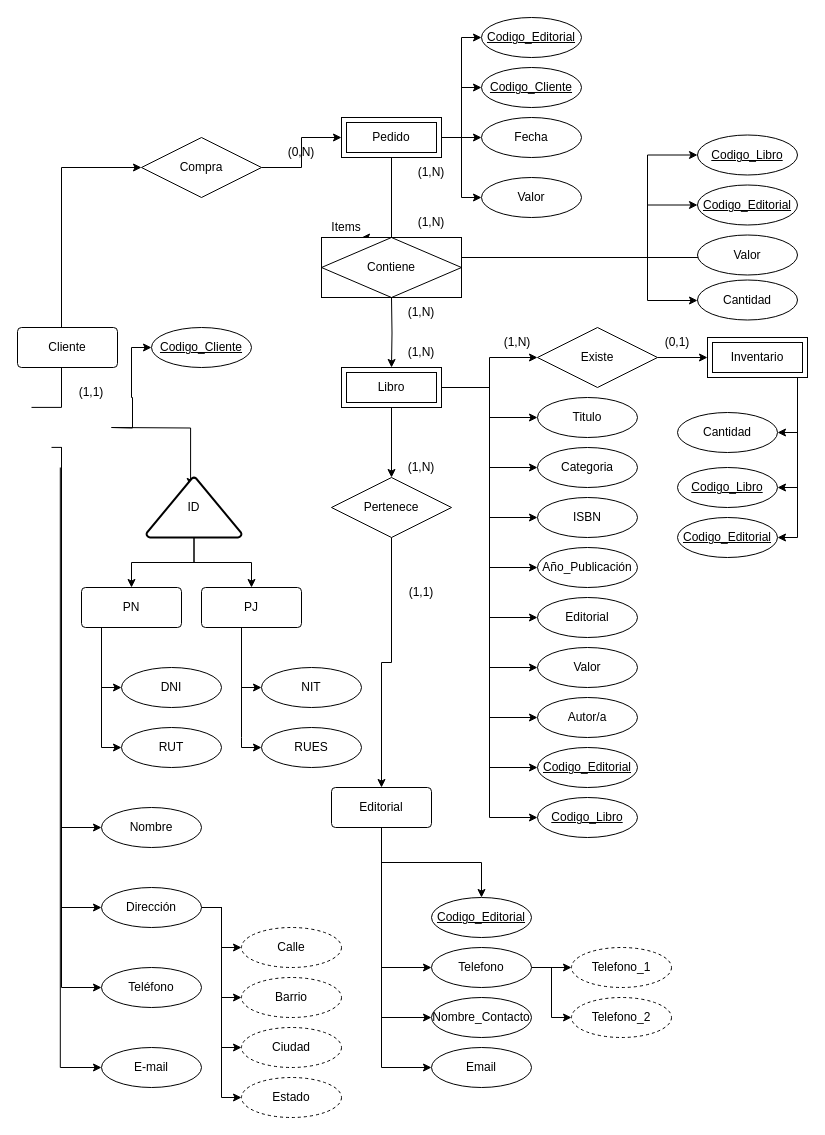
Earlier version of the draw.io diagram modelo.drawio (smringdesigns/modelo). Source tidied: cells renumbered, new cells numbered last; positions are measured from the earlier drawing's top-left corner, leaving out a move shared by most shapes. Both pictures are drawn from the tidied source at 100%, with x=0, y=0 at pixel (17, 17).
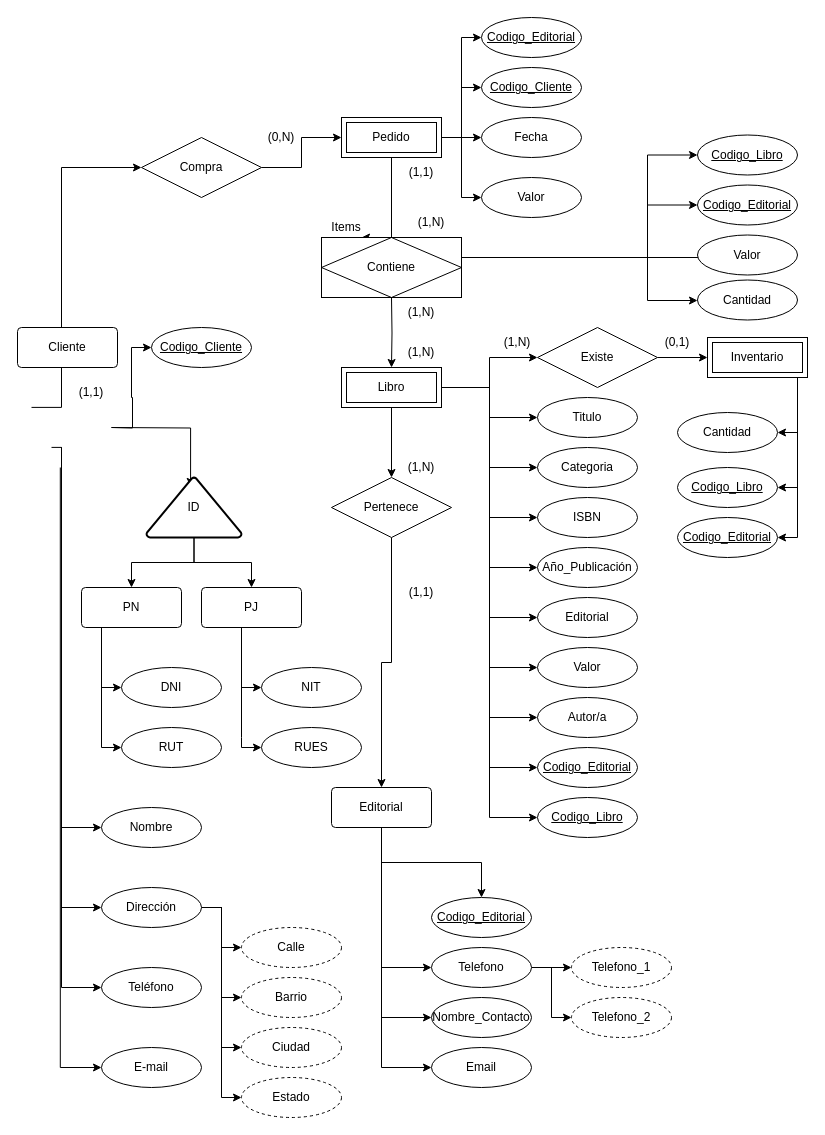
The same page after the edit.

Diff of the diagram source:
```diff
@@
     <mxCell id="40" value="(0,N)" style="text;html=1;align=center;verticalAlign=middle;whiteSpace=wrap;rounded=0;" parent="1" vertex="1">
-      <mxGeometry x="254" y="120" width="60" height="30" as="geometry" />
+      <mxGeometry x="234" y="105" width="60" height="30" as="geometry" />
     </mxCell>
@@
-    <mxCell id="42" value="(1,N)" style="text;html=1;align=center;verticalAlign=middle;whiteSpace=wrap;rounded=0;" parent="1" vertex="1">
-      <mxGeometry x="384" y="140" width="60" height="30" as="geometry" />
+    <mxCell id="42" value="(1,1)" style="text;html=1;align=center;verticalAlign=middle;whiteSpace=wrap;rounded=0;" parent="1" vertex="1">
+      <mxGeometry x="374" y="140" width="60" height="30" as="geometry" />
     </mxCell>
```
